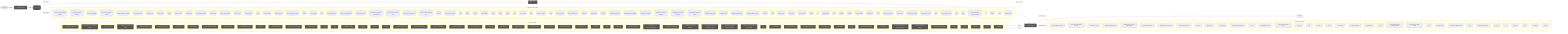
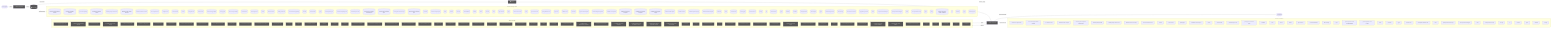
flowchart LR
  UserQ(["👤 User Query"])
  Embed["📐 Embedding Model"]
  VecDB[("📚 Vector Store")]
  Retriever["🔍 Retriever"]
  LLMNode["🧠 LLM / Generator"]
  Output(["✅ Response"])
  UserQ -->|query| Embed
  Embed -->|vector| VecDB
  VecDB -->|top-k chunks| Retriever
  Retriever -->|context + query| LLMNode
  LLMNode -->|generated answer| Output
  subgraph DetectedMemory["Detected memory stores"]
    det_detectedmemory_check_steering_feedback_contract_80134459[("check-steering-feedback-contract")]
    det_detectedmemory_normalize_workflow_contracts_8701f1c8[("normalize-workflow-contracts")]
    det_detectedmemory_sync_codex_preflight_7e7a8dc2[("sync-codex-preflight")]
    det_detectedmemory_test_harness_upgrade_matrix_84113c4e[("test-harness-upgrade-matrix")]
+     det_detectedmemory_validate_prompt_context_drift_8c949ef6[("validate-prompt-context-drift")]
+     det_detectedmemory_validate_runtime_packet_schemas_bc3ba8ec[("validate-runtime-packet-schemas")]
    det_detectedmemory_validate_workflow_contracts_33dc063c[("validate-workflow-contracts")]
    det_detectedmemory_branch_protect_core_a8feb0fd[("branch-protect-core")]
    det_detectedmemory_ci_migrate_core_7005b5af[("ci-migrate-core")]
    det_detectedmemory_context_health_80bb7da9[("context-health")]
    det_detectedmemory_context_ea7792a2[("context")]
    det_detectedmemory_docs_gate_core_eb9b6c18[("docs-gate-core")]
    det_detectedmemory_index_context_de3ed39d[("index-context")]
    det_detectedmemory_local_memory_preflight_dcc36c42[("local-memory-preflight")]
    det_detectedmemory_memory_gate_a577a506[("memory-gate")]
    det_detectedmemory_pattern_scope_siblings_43abe000[("pattern-scope-siblings")]
    det_detectedmemory_review_context_ca6cf81d[("review-context")]
    det_detectedmemory_review_gate_core_4c8001f9[("review-gate-core")]
    det_detectedmemory_search_24193290[("search")]
    det_detectedmemory_session_context_e5ec72c0[("session-context")]
    det_detectedmemory_tooling_audit_core_328d6a41[("tooling-audit-core")]
    det_detectedmemory_run_local_memory_preflight_36e92808[("run-local-memory-preflight")]
    det_detectedmemory_checker_d2d2328e[("checker")]
    det_detectedmemory_context_health_1_ceb11829[("context-health")]
    det_detectedmemory_types_2_d9bc6e7a[("types")]
    det_detectedmemory_branch_protect_sync_570adb18[("branch-protect-sync")]
    det_detectedmemory_command_capability_rules_ca3f496a[("command-capability-rules")]
    det_detectedmemory_command_specs_core_1c0ffc99[("command-specs-core")]
    det_detectedmemory_local_memory_preflight_command_spec_9e23f3ce[("local-memory-preflight-command-spec")]
    det_detectedmemory_memory_gate_command_spec_dc9001a9[("memory-gate-command-spec")]
    det_detectedmemory_review_gate_command_spec_3187376a[("review-gate-command-spec")]
    det_detectedmemory_session_context_command_spec_973afbb1[("session-context-command-spec")]
    det_detectedmemory_constants_7517017f[("constants")]
    det_detectedmemory_context_compact_policy_3dcaf95d[("context-compact-policy")]
    det_detectedmemory_index_2_10143590[("index")]
    det_detectedmemory_indexer_70fa78e5[("indexer")]
    det_detectedmemory_init_error_5c7dd49f[("init-error")]
    det_detectedmemory_lexical_fallback_723e2b3e[("lexical-fallback")]
    det_detectedmemory_ollama_76e3c7bf[("ollama")]
    det_detectedmemory_rollout_a4fa034c[("rollout")]
    det_detectedmemory_sources_878a52fc[("sources")]
    det_detectedmemory_store_824d80d7[("store")]
    det_detectedmemory_sync_contract_c79fa191[("sync-contract")]
    det_detectedmemory_types_7_2f1ed65e[("types")]
    det_detectedmemory_harness_run_context_ac7c77a9[("harness-run-context")]
    det_detectedmemory_index_3_7e40d474[("index")]
    det_detectedmemory_json_schema_core_96d7e328[("json-schema-core")]
    det_detectedmemory_policy_validators_core_714a3fe7[("policy-validators-core")]
    det_detectedmemory_types_core_e405ddca[("types-core")]
    det_detectedmemory_validator_core_4358f8ba[("validator-core")]
    det_detectedmemory_init_modes_c05ceb07[("init-modes")]
    det_detectedmemory_project_brain_templates_7ef51530[("project-brain-templates")]
    det_detectedmemory_scaffold_diagram_templates_dd88e83c[("scaffold-diagram-templates")]
    det_detectedmemory_scaffold_doc_templates_f6152330[("scaffold-doc-templates")]
    det_detectedmemory_scaffold_environment_templates_c1ceba6a[("scaffold-environment-templates")]
    det_detectedmemory_scaffold_root_command_templates_404fed7f[("scaffold-root-command-templates")]
    det_detectedmemory_scaffold_script_template_registry_69312d4e[("scaffold-script-template-registry")]
    det_detectedmemory_scaffold_shell_templates_0ad0f915[("scaffold-shell-templates")]
    det_detectedmemory_scaffold_surfaces_12d6494e[("scaffold-surfaces")]
    det_detectedmemory_scaffold_template_registry_b1cce2aa[("scaffold-template-registry")]
    det_detectedmemory_scaffold_workflow_template_92310587[("scaffold-workflow-template")]
    det_detectedmemory_eval_seed_5699fd3e[("eval-seed")]
-     det_detectedmemory_index_8_6f0f20ec[("index")]
+     det_detectedmemory_index_9_32dd4d91[("index")]
    det_detectedmemory_review_context_1_e3afed15[("review-context")]
    det_detectedmemory_memory_gate_1_265164ac[("memory-gate")]
    det_detectedmemory_branch_enforcer_acb749cd[("branch-enforcer")]
    det_detectedmemory_cli_args_5_09ea29f0[("cli-args")]
    det_detectedmemory_cli_6_eac72be2[("cli")]
    det_detectedmemory_metrics_tracker_98cec29c[("metrics-tracker")]
-     det_detectedmemory_types_17_ed30531c[("types")]
+     det_detectedmemory_types_18_37582e2a[("types")]
    det_detectedmemory_validator_4_5180cf23[("validator")]
    det_detectedmemory_classifier_fe1991a9[("classifier")]
    det_detectedmemory_tooling_baseline_50ab2eeb[("tooling-baseline")]
    det_detectedmemory_claim_helpers_20dc8387[("claim-helpers")]
-     det_detectedmemory_types_22_f3cf4a73[("types")]
+     det_detectedmemory_types_23_4352ee2e[("types")]
    det_detectedmemory_local_memory_smoke_1175abfc[("local-memory-smoke")]
    det_detectedmemory_local_memory_0db17ecc[("local-memory")]
    det_detectedmemory_performance_overload_c685bfcf[("performance-overload")]
    det_detectedmemory_suggestion_generator_0956f794[("suggestion-generator")]
-     det_detectedmemory_index_10_f6785a46[("index")]
+     det_detectedmemory_index_11_ffcd5842[("index")]
+     det_detectedmemory_prompt_context_drift_report_3257a95c[("prompt-context-drift-report")]
+     det_detectedmemory_prompt_context_drift_types_ba6863d4[("prompt-context-drift-types")]
+     det_detectedmemory_index_12_762ec91b[("index")]
    det_detectedmemory_prompt_context_receipt_17b862b2[("prompt-context-receipt")]
-     det_detectedmemory_types_29_929d5a70[("types")]
+     det_detectedmemory_types_30_424b976c[("types")]
    det_detectedmemory_policy_1_fc4198db[("policy")]
    det_detectedmemory_runtime_card_codex_runtime_validation_d8ce9934[("runtime-card-codex-runtime-validation")]
    det_detectedmemory_cli_11_338a8415[("cli")]
    det_detectedmemory_collector_0736fd5b[("collector")]
-     det_detectedmemory_types_32_bfe791ff[("types")]
+     det_detectedmemory_types_33_16e22a82[("types")]
    det_detectedmemory_overload_guard_2748c559[("overload-guard")]
  end
  VecDB -. "implemented by" .-> DetectedMemory
  subgraph DetectedLLM["Detected LLM clients"]
    det_detectedllm_check_codex_agent_roles_5bb2e89b["check-codex-agent-roles"]
    det_detectedllm_check_steering_feedback_contract_80134459["check-steering-feedback-contract"]
    det_detectedllm_run_harness_evals_77704768["run-harness-evals"]
    det_detectedllm_validate_decision_request_2e5c325e["validate-decision-request"]
    det_detectedllm_validate_goal_completion_audit_receipt_100d252c["validate-goal-completion-audit-receipt"]
    det_detectedllm_validate_packaged_skill_5e32c890["validate-packaged-skill"]
+     det_detectedllm_validate_prompt_context_drift_8c949ef6["validate-prompt-context-drift"]
    det_detectedllm_validate_reviewer_coverage_251efee3["validate-reviewer-coverage"]
    det_detectedllm_check_environment_core_2c16213f["check-environment-core"]
    det_detectedllm_context_ea7792a2["context"]
    det_detectedllm_index_context_de3ed39d["index-context"]
    det_detectedllm_prompt_gate_c5e9d207["prompt-gate"]
    det_detectedllm_remediate_runner_helpers_929fedcc["remediate-runner-helpers"]
    det_detectedllm_search_24193290["search"]
+     det_detectedllm_context_health_1_ceb11829["context-health"]
    det_detectedllm_command_specs_core_1c0ffc99["command-specs-core"]
    det_detectedllm_prompt_gate_command_spec_9a941482["prompt-gate-command-spec"]
    det_detectedllm_constants_7517017f["constants"]
    det_detectedllm_index_2_10143590["index"]
    det_detectedllm_indexer_70fa78e5["indexer"]
    det_detectedllm_ollama_76e3c7bf["ollama"]
    det_detectedllm_sync_contract_c79fa191["sync-contract"]
    det_detectedllm_north_star_validators_cfc926ce["north-star-validators"]
    det_detectedllm_hilt_boundary_9b36fb15["hilt-boundary"]
    det_detectedllm_types_9_1db4641f["types"]
    det_detectedllm_goal_completion_audit_receipt_validation_9d0f4891["goal-completion-audit-receipt-validation"]
    det_detectedllm_goal_completion_audit_receipt_5e4939c3["goal-completion-audit-receipt"]
    det_detectedllm_index_4_013aa0e3["index"]
+     det_detectedllm_constants_1_a84e15f0["constants"]
+     det_detectedllm_types_16_0fae1112["types"]
    det_detectedllm_sensitive_text_7c11f760["sensitive-text"]
    det_detectedllm_pr_template_validator_rules_20a32d6b["pr-template-validator-rules"]
-     det_detectedllm_index_10_f6785a46["index"]
+     det_detectedllm_index_11_ffcd5842["index"]
+     det_detectedllm_prompt_context_drift_report_3257a95c["prompt-context-drift-report"]
+     det_detectedllm_prompt_context_drift_types_ba6863d4["prompt-context-drift-types"]
+     det_detectedllm_index_12_762ec91b["index"]
    det_detectedllm_prompt_context_receipt_17b862b2["prompt-context-receipt"]
    det_detectedllm_cli_args_9_9c136878["cli-args"]
    det_detectedllm_cli_10_35dc8cbd["cli"]
    det_detectedllm_sections_4697ef32["sections"]
-     det_detectedllm_types_25_89d086aa["types"]
+     det_detectedllm_types_26_a5814179["types"]
    det_detectedllm_validator_6_3688adbf["validator"]
    det_detectedllm_cli_args_10_861cdd3f["cli-args"]
  end
  LLMNode -. "implemented by" .-> DetectedLLM
  subgraph DetectedTools["Agentic tool calls"]
    det_detectedtools_check_codex_agent_roles_5bb2e89b["🔧 check-codex-agent-roles"]
    det_detectedtools_check_steering_feedback_contract_80134459["🔧 check-steering-feedback-contract"]
    det_detectedtools_run_harness_evals_77704768["🔧 run-harness-evals"]
    det_detectedtools_validate_action_review_receipt_fa2f06c3["🔧 validate-action-review-receipt"]
    det_detectedtools_validate_packaged_skill_5e32c890["🔧 validate-packaged-skill"]
    det_detectedtools_validate_replay_packet_f309747e["🔧 validate-replay-packet"]
    det_detectedtools_ci_migrate_core_7005b5af["🔧 ci-migrate-core"]
    det_detectedtools_doctor_checks_5a2eb2b9["🔧 doctor-checks"]
    det_detectedtools_doctor_github_tool_checks_a53b0382["🔧 doctor-github-tool-checks"]
    det_detectedtools_doctor_tool_checks_4acac51a["🔧 doctor-tool-checks"]
    det_detectedtools_next_blocked_decisions_4140ad2b["🔧 next-blocked-decisions"]
    det_detectedtools_policy_gate_213f7313["🔧 policy-gate"]
    det_detectedtools_remediate_cli_output_cc165396["🔧 remediate-cli-output"]
    det_detectedtools_remediate_runner_helpers_929fedcc["🔧 remediate-runner-helpers"]
    det_detectedtools_review_gate_core_4c8001f9["🔧 review-gate-core"]
    det_detectedtools_index_1bc04b52["🔧 index"]
    det_detectedtools_types_1_4ecdf56e["🔧 types"]
    det_detectedtools_validation_constants_e002a0f6["🔧 validation-constants"]
    det_detectedtools_validation_98c41dcd["🔧 validation"]
    det_detectedtools_checker_d2d2328e["🔧 checker"]
    det_detectedtools_cli_args_1_6144b055["🔧 cli-args"]
    det_detectedtools_command_capabilities_a4d5c71e["🔧 command-capabilities"]
    det_detectedtools_command_capability_rules_ca3f496a["🔧 command-capability-rules"]
    det_detectedtools_linear_command_actions_e430f4f4["🔧 linear-command-actions"]
    det_detectedtools_linear_command_runner_4a740dfc["🔧 linear-command-runner"]
    det_detectedtools_policy_validators_core_714a3fe7["🔧 policy-validators-core"]
    det_detectedtools_types_core_e405ddca["🔧 types-core"]
    det_detectedtools_validator_core_4358f8ba["🔧 validator-core"]
    det_detectedtools_validator_helpers_7b927667["🔧 validator-helpers"]
    det_detectedtools_he_phase_exit_core_1148895b["🔧 he-phase-exit-core"]
    det_detectedtools_ralph_runtime_73d63c0e["🔧 ralph-runtime"]
    det_detectedtools_observed_skill_usage_ed7d5930["🔧 observed-skill-usage"]
    det_detectedtools_closure_evidence_aaa31467["🔧 closure-evidence"]
    det_detectedtools_pr_creator_dc6b1ea4["🔧 pr-creator"]
    det_detectedtools_client_948fe603["🔧 client"]
    det_detectedtools_init_output_360dce91["🔧 init-output"]
    det_detectedtools_scaffold_ci_templates_2afd6392["🔧 scaffold-ci-templates"]
    det_detectedtools_scaffold_codex_environment_templates_334fbbed["🔧 scaffold-codex-environment-templates"]
    det_detectedtools_scaffold_config_templates_4b80ce53["🔧 scaffold-config-templates"]
    det_detectedtools_scaffold_environment_templates_c1ceba6a["🔧 scaffold-environment-templates"]
    det_detectedtools_scaffold_github_actions_pr_pipeline_renderer_1ee18de5["🔧 scaffold-github-actions-pr-pipeline-renderer"]
    det_detectedtools_scaffold_github_actions_pr_pipeline_template_e2b85f62["🔧 scaffold-github-actions-pr-pipeline-template"]
    det_detectedtools_scaffold_release_private_npm_template_075499f8["🔧 scaffold-release-private-npm-template"]
+     det_detectedtools_constants_1_a84e15f0["🔧 constants"]
+     det_detectedtools_index_8_6f0f20ec["🔧 index"]
+     det_detectedtools_validation_common_6161e48b["🔧 validation-common"]
    det_detectedtools_cli_6_eac72be2["🔧 cli"]
    det_detectedtools_metrics_tracker_98cec29c["🔧 metrics-tracker"]
    det_detectedtools_normalise_renderer_85f2e563["🔧 normalise-renderer"]
    det_detectedtools_evaluation_engine_core_e054fe49["🔧 evaluation-engine-core"]
    det_detectedtools_tooling_baseline_50ab2eeb["🔧 tooling-baseline"]
+     det_detectedtools_prompt_context_drift_report_3257a95c["🔧 prompt-context-drift-report"]
+     det_detectedtools_prompt_context_drift_types_ba6863d4["🔧 prompt-context-drift-types"]
    det_detectedtools_replay_packet_a1293f88["🔧 replay-packet"]
-     det_detectedtools_index_11_ffcd5842["🔧 index"]
+     det_detectedtools_index_13_97df39c8["🔧 index"]
    det_detectedtools_review_lifecycle_contract_e5447221["🔧 review-lifecycle-contract"]
    det_detectedtools_review_lifecycle_89afa64c["🔧 review-lifecycle"]
    det_detectedtools_runtime_card_codex_runtime_validation_d8ce9934["🔧 runtime-card-codex-runtime-validation"]
    det_detectedtools_runtime_card_codex_runtime_0655e230["🔧 runtime-card-codex-runtime"]
    det_detectedtools_runtime_evidence_bundle_d471a232["🔧 runtime-evidence-bundle"]
-     det_detectedtools_types_34_85e6a0bb["🔧 types"]
-     det_detectedtools_index_14_d982116c["🔧 index"]
+     det_detectedtools_types_35_93e66c64["🔧 types"]
+     det_detectedtools_index_16_373c8a49["🔧 index"]
    det_detectedtools_projection_1b250ea1["🔧 projection"]
-     det_detectedtools_types_36_674380ec["🔧 types"]
-     det_detectedtools_validation_6_097a7ce3["🔧 validation"]
+     det_detectedtools_types_37_32ccf9f9["🔧 types"]
+     det_detectedtools_validation_7_c4e6d8b6["🔧 validation"]
  end
  LLMNode -->|tool use| DetectedTools
  DetectedTools -->|result| LLMNode
  classDef memNode fill:#555,color:#fff
  class VecDB,Retriever memNode
  classDef llmNode fill:#555,color:#fff
  class LLMNode,Embed llmNode
  classDef toolNode fill:#555,color:#fff
-   class det_detectedtools_check_codex_agent_roles_5bb2e89b,det_detectedtools_check_steering_feedback_contract_80134459,det_detectedtools_run_harness_evals_77704768,det_detectedtools_validate_action_review_receipt_fa2f06c3,det_detectedtools_validate_packaged_skill_5e32c890,det_detectedtools_validate_replay_packet_f309747e,det_detectedtools_ci_migrate_core_7005b5af,det_detectedtools_doctor_checks_5a2eb2b9,det_detectedtools_doctor_github_tool_checks_a53b0382,det_detectedtools_doctor_tool_checks_4acac51a,det_detectedtools_next_blocked_decisions_4140ad2b,det_detectedtools_policy_gate_213f7313,det_detectedtools_remediate_cli_output_cc165396,det_detectedtools_remediate_runner_helpers_929fedcc,det_detectedtools_review_gate_core_4c8001f9,det_detectedtools_index_1bc04b52,det_detectedtools_types_1_4ecdf56e,det_detectedtools_validation_constants_e002a0f6,det_detectedtools_validation_98c41dcd,det_detectedtools_checker_d2d2328e,det_detectedtools_cli_args_1_6144b055,det_detectedtools_command_capabilities_a4d5c71e,det_detectedtools_command_capability_rules_ca3f496a,det_detectedtools_linear_command_actions_e430f4f4,det_detectedtools_linear_command_runner_4a740dfc,det_detectedtools_policy_validators_core_714a3fe7,det_detectedtools_types_core_e405ddca,det_detectedtools_validator_core_4358f8ba,det_detectedtools_validator_helpers_7b927667,det_detectedtools_he_phase_exit_core_1148895b,det_detectedtools_ralph_runtime_73d63c0e,det_detectedtools_observed_skill_usage_ed7d5930,det_detectedtools_closure_evidence_aaa31467,det_detectedtools_pr_creator_dc6b1ea4,det_detectedtools_client_948fe603,det_detectedtools_init_output_360dce91,det_detectedtools_scaffold_ci_templates_2afd6392,det_detectedtools_scaffold_codex_environment_templates_334fbbed,det_detectedtools_scaffold_config_templates_4b80ce53,det_detectedtools_scaffold_environment_templates_c1ceba6a,det_detectedtools_scaffold_github_actions_pr_pipeline_renderer_1ee18de5,det_detectedtools_scaffold_github_actions_pr_pipeline_template_e2b85f62,det_detectedtools_scaffold_release_private_npm_template_075499f8,det_detectedtools_cli_6_eac72be2,det_detectedtools_metrics_tracker_98cec29c,det_detectedtools_normalise_renderer_85f2e563,det_detectedtools_evaluation_engine_core_e054fe49,det_detectedtools_tooling_baseline_50ab2eeb,det_detectedtools_replay_packet_a1293f88,det_detectedtools_index_11_ffcd5842,det_detectedtools_review_lifecycle_contract_e5447221,det_detectedtools_review_lifecycle_89afa64c,det_detectedtools_runtime_card_codex_runtime_validation_d8ce9934,det_detectedtools_runtime_card_codex_runtime_0655e230,det_detectedtools_runtime_evidence_bundle_d471a232,det_detectedtools_types_34_85e6a0bb,det_detectedtools_index_14_d982116c,det_detectedtools_projection_1b250ea1,det_detectedtools_types_36_674380ec,det_detectedtools_validation_6_097a7ce3 toolNode
+   class det_detectedtools_check_codex_agent_roles_5bb2e89b,det_detectedtools_check_steering_feedback_contract_80134459,det_detectedtools_run_harness_evals_77704768,det_detectedtools_validate_action_review_receipt_fa2f06c3,det_detectedtools_validate_packaged_skill_5e32c890,det_detectedtools_validate_replay_packet_f309747e,det_detectedtools_ci_migrate_core_7005b5af,det_detectedtools_doctor_checks_5a2eb2b9,det_detectedtools_doctor_github_tool_checks_a53b0382,det_detectedtools_doctor_tool_checks_4acac51a,det_detectedtools_next_blocked_decisions_4140ad2b,det_detectedtools_policy_gate_213f7313,det_detectedtools_remediate_cli_output_cc165396,det_detectedtools_remediate_runner_helpers_929fedcc,det_detectedtools_review_gate_core_4c8001f9,det_detectedtools_index_1bc04b52,det_detectedtools_types_1_4ecdf56e,det_detectedtools_validation_constants_e002a0f6,det_detectedtools_validation_98c41dcd,det_detectedtools_checker_d2d2328e,det_detectedtools_cli_args_1_6144b055,det_detectedtools_command_capabilities_a4d5c71e,det_detectedtools_command_capability_rules_ca3f496a,det_detectedtools_linear_command_actions_e430f4f4,det_detectedtools_linear_command_runner_4a740dfc,det_detectedtools_policy_validators_core_714a3fe7,det_detectedtools_types_core_e405ddca,det_detectedtools_validator_core_4358f8ba,det_detectedtools_validator_helpers_7b927667,det_detectedtools_he_phase_exit_core_1148895b,det_detectedtools_ralph_runtime_73d63c0e,det_detectedtools_observed_skill_usage_ed7d5930,det_detectedtools_closure_evidence_aaa31467,det_detectedtools_pr_creator_dc6b1ea4,det_detectedtools_client_948fe603,det_detectedtools_init_output_360dce91,det_detectedtools_scaffold_ci_templates_2afd6392,det_detectedtools_scaffold_codex_environment_templates_334fbbed,det_detectedtools_scaffold_config_templates_4b80ce53,det_detectedtools_scaffold_environment_templates_c1ceba6a,det_detectedtools_scaffold_github_actions_pr_pipeline_renderer_1ee18de5,det_detectedtools_scaffold_github_actions_pr_pipeline_template_e2b85f62,det_detectedtools_scaffold_release_private_npm_template_075499f8,det_detectedtools_constants_1_a84e15f0,det_detectedtools_index_8_6f0f20ec,det_detectedtools_validation_common_6161e48b,det_detectedtools_cli_6_eac72be2,det_detectedtools_metrics_tracker_98cec29c,det_detectedtools_normalise_renderer_85f2e563,det_detectedtools_evaluation_engine_core_e054fe49,det_detectedtools_tooling_baseline_50ab2eeb,det_detectedtools_prompt_context_drift_report_3257a95c,det_detectedtools_prompt_context_drift_types_ba6863d4,det_detectedtools_replay_packet_a1293f88,det_detectedtools_index_13_97df39c8,det_detectedtools_review_lifecycle_contract_e5447221,det_detectedtools_review_lifecycle_89afa64c,det_detectedtools_runtime_card_codex_runtime_validation_d8ce9934,det_detectedtools_runtime_card_codex_runtime_0655e230,det_detectedtools_runtime_evidence_bundle_d471a232,det_detectedtools_types_35_93e66c64,det_detectedtools_index_16_373c8a49,det_detectedtools_projection_1b250ea1,det_detectedtools_types_37_32ccf9f9,det_detectedtools_validation_7_c4e6d8b6 toolNode
